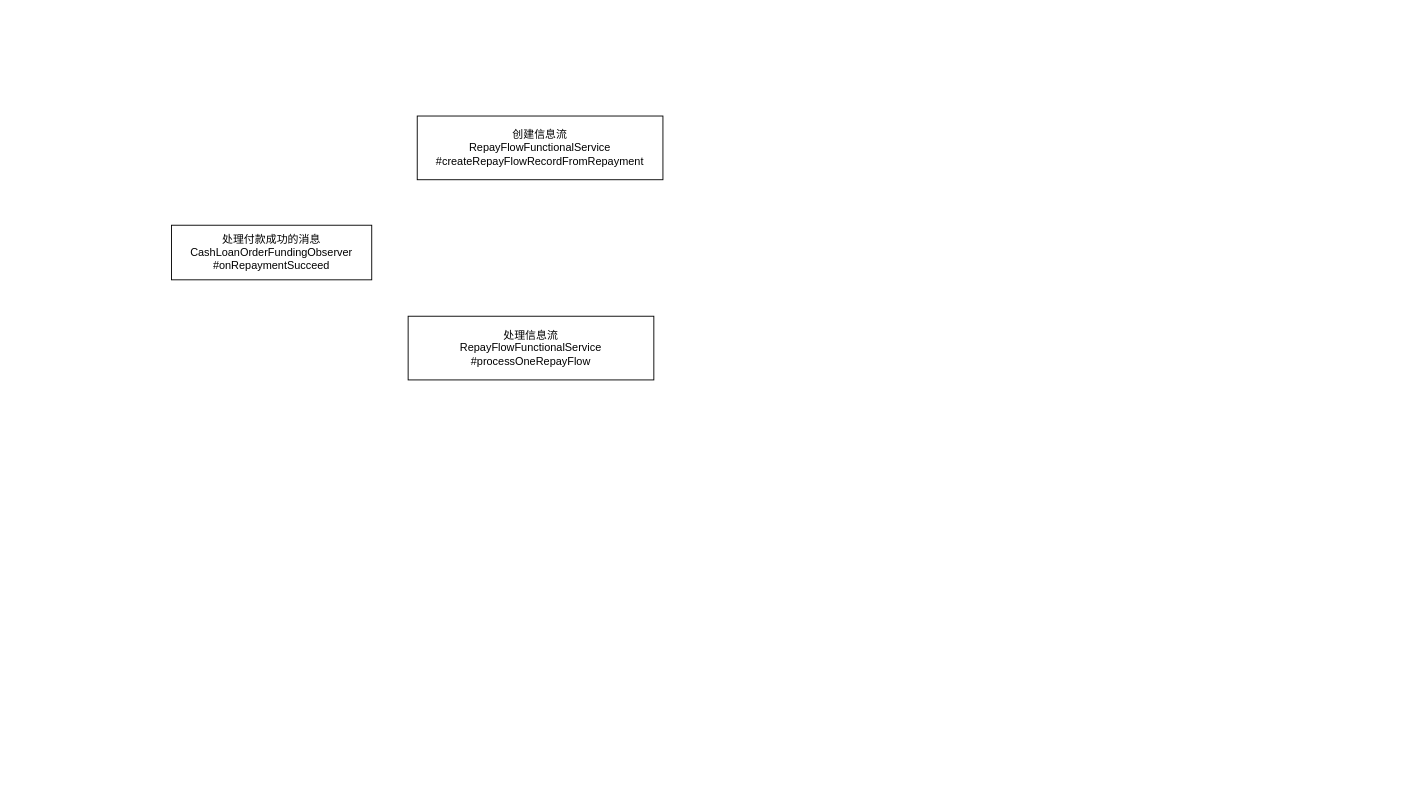
Before: page "信息流消费逻辑" (11 of 13) of yqg/业务梳理.drawio in erlieStar/diagrams, a draw.io diagram. Source tidied: cells renumbered, new cells numbered last; positions are measured from the earlier drawing's top-left corner, leaving out a move shared by most shapes. Both pictures are drawn from the tidied source at 91%, with x=0, y=0 at pixel (171, 116).
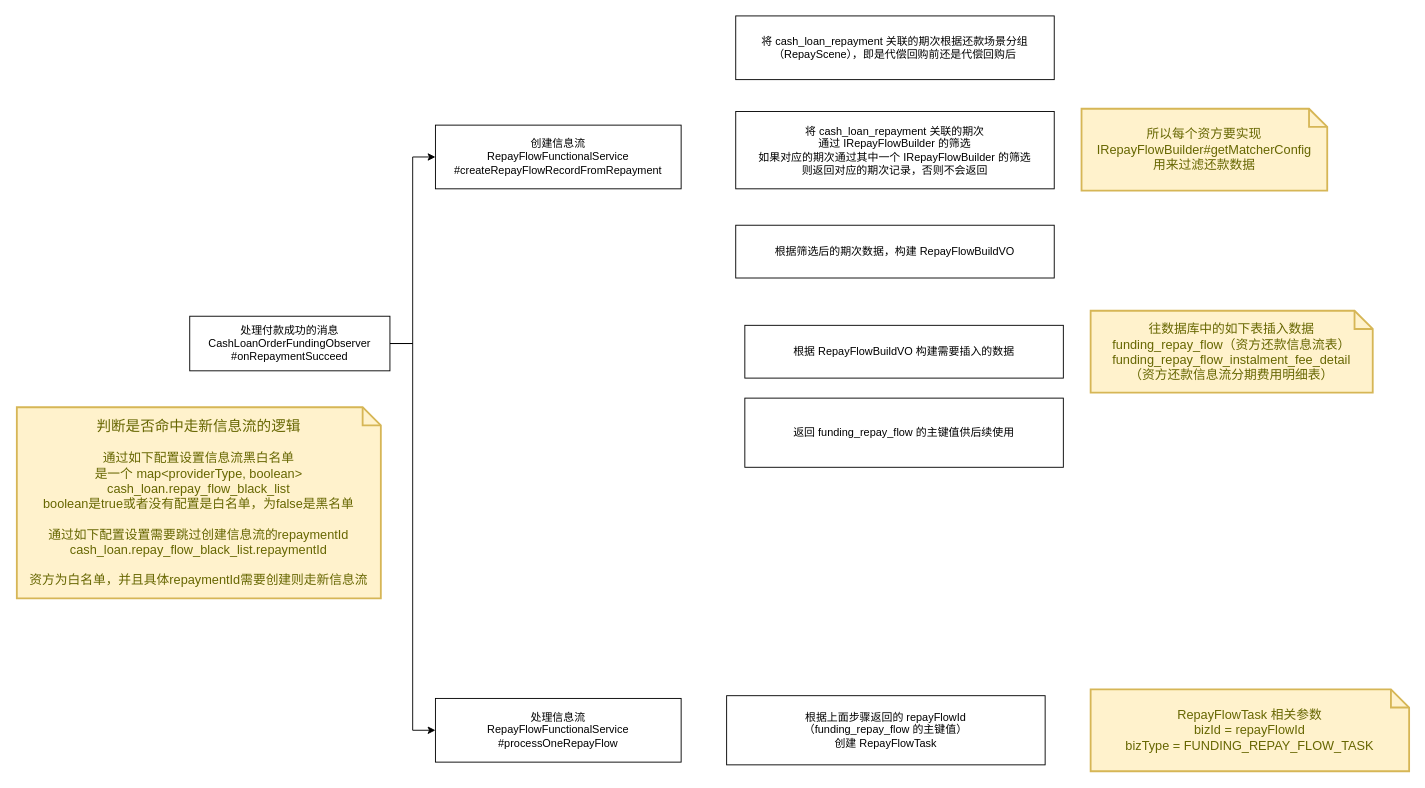
The same page after the edit.

The edit, as a diff of the source:
```diff
@@
 <mxGraphModel>
   <root>
     <mxCell id="0" />
     <mxCell id="1" parent="0" />
+    <mxCell id="5" style="edgeStyle=orthogonalEdgeStyle;rounded=0;jettySize=auto;html=1;exitX=1;exitY=0.5;exitDx=0;exitDy=0;entryX=0;entryY=0.5;entryDx=0;entryDy=0;fontSize=16;" parent="1" edge="1" source="2" target="3">
+      <mxGeometry relative="1" as="geometry" />
+    </mxCell>
+    <mxCell id="6" style="edgeStyle=orthogonalEdgeStyle;rounded=0;jettySize=auto;html=1;exitX=1;exitY=0.5;exitDx=0;exitDy=0;entryX=0;entryY=0.5;entryDx=0;entryDy=0;fontSize=16;" parent="1" edge="1" source="2" target="4">
+      <mxGeometry relative="1" as="geometry" />
+    </mxCell>
     <mxCell id="2" value="处理付款成功的消息&lt;br&gt;CashLoanOrderFundingObserver&lt;br&gt;#onRepaymentSucceed" style="rounded=0;whiteSpace=wrap;html=1;" parent="1" vertex="1">
-      <mxGeometry y="120" width="220" height="60" as="geometry" />
+      <mxGeometry x="20" y="220" width="220" height="60" as="geometry" />
     </mxCell>
     <mxCell id="3" value="创建信息流&lt;br&gt;RepayFlowFunctionalService&lt;br&gt;#createRepayFlowRecordFromRepayment" style="rounded=0;whiteSpace=wrap;html=1;" parent="1" vertex="1">
-      <mxGeometry x="270" width="270" height="70" as="geometry" />
+      <mxGeometry x="290" y="10" width="270" height="70" as="geometry" />
     </mxCell>
     <mxCell id="4" value="处理信息流&lt;br&gt;RepayFlowFunctionalService&lt;br&gt;#processOneRepayFlow" style="rounded=0;whiteSpace=wrap;html=1;" parent="1" vertex="1">
-      <mxGeometry x="260" y="220" width="270" height="70" as="geometry" />
+      <mxGeometry x="290" y="640" width="270" height="70" as="geometry" />
     </mxCell>
+    <mxCell id="7" value="&lt;div&gt;&lt;font style=&quot;font-size: 16px;&quot;&gt;判断是否命中走新信息流的逻辑&lt;/font&gt;&lt;br&gt;&lt;/div&gt;&lt;div&gt;&lt;br&gt;&lt;/div&gt;&lt;div&gt;通过如下配置设置信息流黑白名单&lt;/div&gt;&lt;div&gt;是一个 map&amp;lt;providerType, boolean&amp;gt;&lt;/div&gt;&lt;div&gt;cash_loan.repay_flow_black_list&lt;/div&gt;&lt;div&gt;boolean是true或者没有配置是白名单，为false是黑名单&lt;/div&gt;&lt;div&gt;&lt;br&gt;&lt;/div&gt;&lt;div&gt;通过如下配置设置需要跳过创建信息流的repaymentId&lt;/div&gt;&lt;div&gt;cash_loan.repay_flow_black_list.repaymentId&lt;/div&gt;&lt;div&gt;&lt;br&gt;&lt;/div&gt;&lt;div&gt;资方为白名单，并且具体repaymentId需要创建则走新信息流&lt;/div&gt;" style="shape=note;strokeWidth=2;fontSize=14;size=20;whiteSpace=wrap;html=1;fillColor=#fff2cc;strokeColor=#d6b656;fontColor=#666600;" parent="1" vertex="1">
+      <mxGeometry x="-170" y="320" width="400" height="210" as="geometry" />
+    </mxCell>
+    <mxCell id="8" value="将 cash_loan_repayment 关联的期次根据还款场景分组（RepayScene&lt;span style=&quot;background-color: initial;&quot;&gt;），即是代偿回购前还是代偿回购后&lt;/span&gt;" style="rounded=0;whiteSpace=wrap;html=1;" parent="1" vertex="1">
+      <mxGeometry x="620" y="-110" width="350" height="70" as="geometry" />
+    </mxCell>
+    <mxCell id="9" value="将 cash_loan_repayment 关联的期次&lt;br&gt;通过&amp;nbsp;IRepayFlowBuilder 的筛选&lt;br&gt;如果对应的期次通过其中一个 IRepayFlowBuilder 的筛选&lt;br&gt;则返回对应的期次记录，否则不会返回" style="rounded=0;whiteSpace=wrap;html=1;" parent="1" vertex="1">
+      <mxGeometry x="620" y="-5" width="350" height="85" as="geometry" />
+    </mxCell>
+    <mxCell id="10" value="所以每个资方要实现&lt;br&gt;IRepayFlowBuilder#getMatcherConfig &lt;br&gt;用来过滤还款数据" style="shape=note;strokeWidth=2;fontSize=14;size=20;whiteSpace=wrap;html=1;fillColor=#fff2cc;strokeColor=#d6b656;fontColor=#666600;" parent="1" vertex="1">
+      <mxGeometry x="1000" y="-8" width="270" height="90" as="geometry" />
+    </mxCell>
+    <mxCell id="11" value="返回 funding_repay_flow 的主键值供后续使用" style="rounded=0;whiteSpace=wrap;html=1;" parent="1" vertex="1">
+      <mxGeometry x="630" y="310" width="350" height="76" as="geometry" />
+    </mxCell>
+    <mxCell id="12" value="根据上面步骤返回的 repayFlowId&lt;br&gt;（funding_repay_flow 的主键值）&lt;br&gt;创建 RepayFlowTask" style="rounded=0;whiteSpace=wrap;html=1;" parent="1" vertex="1">
+      <mxGeometry x="610" y="637" width="350" height="76" as="geometry" />
+    </mxCell>
+    <mxCell id="13" value="&lt;div&gt;RepayFlowTask 相关参数&lt;br&gt;&lt;/div&gt;&lt;div&gt;bizId = repayFlowId&lt;/div&gt;&lt;div&gt;bizType = FUNDING_REPAY_FLOW_TASK&lt;/div&gt;" style="shape=note;strokeWidth=2;fontSize=14;size=20;whiteSpace=wrap;html=1;fillColor=#fff2cc;strokeColor=#d6b656;fontColor=#666600;" parent="1" vertex="1">
+      <mxGeometry x="1010" y="630" width="350" height="90" as="geometry" />
+    </mxCell>
+    <mxCell id="14" value="&lt;div&gt;根据 RepayFlowBuildVO 构建需要插入的数据&lt;/div&gt;" style="rounded=0;whiteSpace=wrap;html=1;" parent="1" vertex="1">
+      <mxGeometry x="630" y="230" width="350" height="58" as="geometry" />
+    </mxCell>
+    <mxCell id="15" value="&lt;div&gt;往数据库中的如下表插入数据&lt;/div&gt;&lt;div&gt;funding_repay_flow（资方还款信息流表）&lt;/div&gt;&lt;div&gt;funding_repay_flow_instalment_fee_detail&lt;/div&gt;&lt;div&gt;（资方还款信息流分期费用明细表）&lt;/div&gt;" style="shape=note;strokeWidth=2;fontSize=14;size=20;whiteSpace=wrap;html=1;fillColor=#fff2cc;strokeColor=#d6b656;fontColor=#666600;" parent="1" vertex="1">
+      <mxGeometry x="1010" y="214" width="310" height="90" as="geometry" />
+    </mxCell>
+    <mxCell id="16" value="根据筛选后的期次数据，构建 RepayFlowBuildVO" style="rounded=0;whiteSpace=wrap;html=1;" parent="1" vertex="1">
+      <mxGeometry x="620" y="120" width="350" height="58" as="geometry" />
+    </mxCell>
   </root>
 </mxGraphModel>
```
